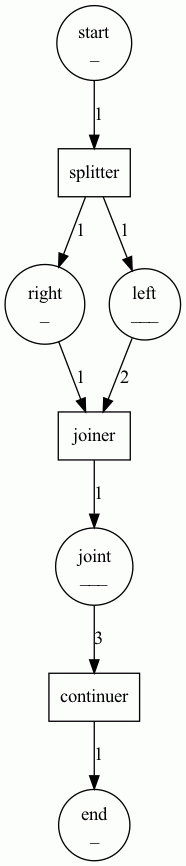
This is step3.png from iandebeer/castanet, a Graphviz export, as it was before one commit. Its source is kept beside it as step3.dot.
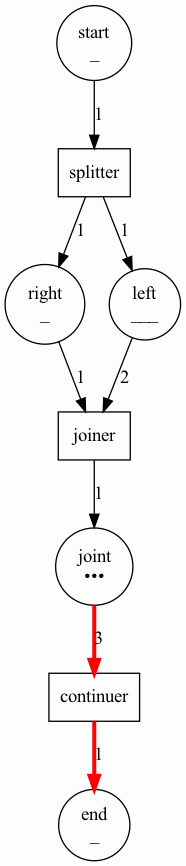
The same file after the commit.

Change to the diagram source:
```diff
@@ -6,14 +6,14 @@
 4 [label="joiner" shape=box]
 5 [label="start\n_\n" shape=circle]
 6 [label="splitter" shape=box]
-7 [label="joint\n___\n" shape=circle]
+7 [label="joint\n•••\n" shape=circle]
 
 0 -> 4 [label="1" ]
 1 -> 4 [label="2" ]
-3 -> 2 [label="1" ]
+3 -> 2 [label="1" ,color=red,penwidth=3.0]
 4 -> 7 [label="1" ]
 5 -> 6 [label="1" ]
 6 -> 1 [label="1" ]
 6 -> 0 [label="1" ]
-7 -> 3 [label="3" ]
+7 -> 3 [label="3" ,color=red,penwidth=3.0]
 }
```
